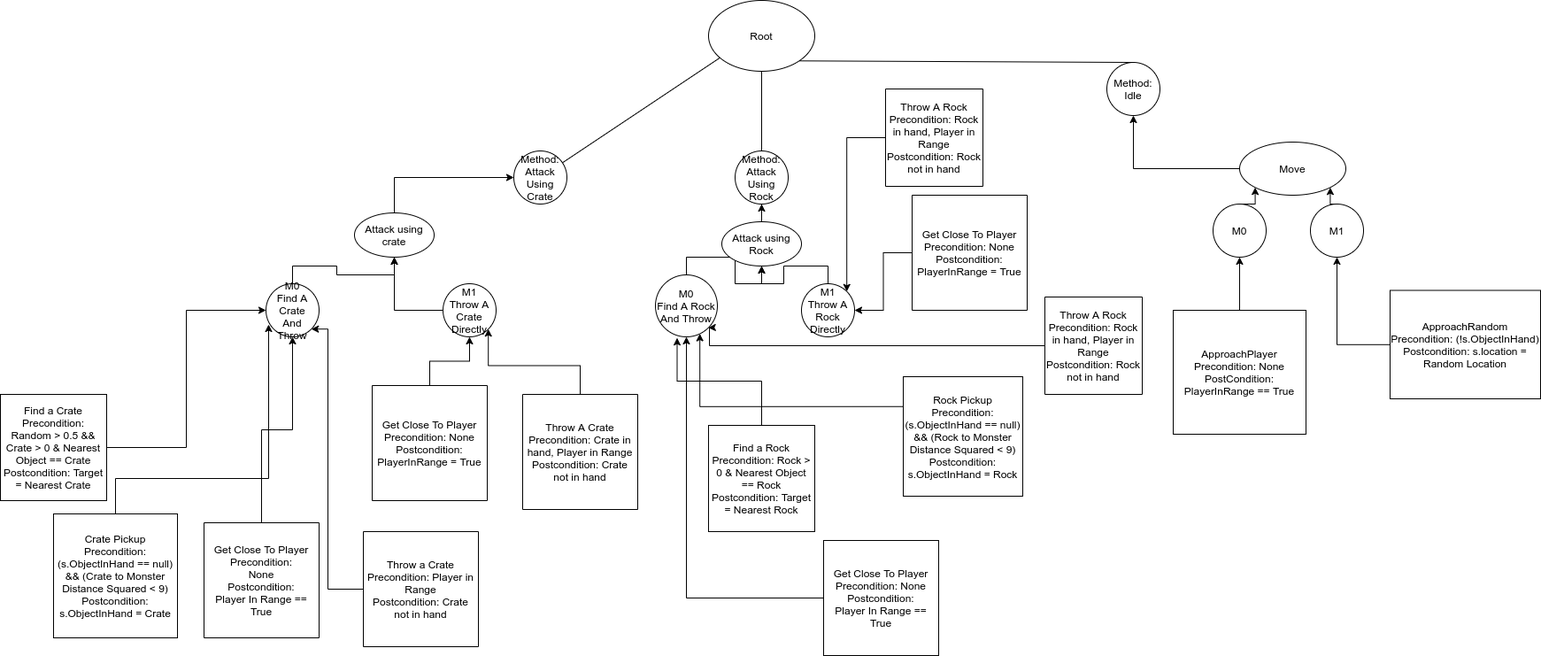
The draw.io diagram diagram.png in Mike-Gao/htn-planning, before a commit. Source tidied: cells renumbered, new cells last; positions are measured from the earlier drawing's top-left corner, leaving out a move shared by most shapes.
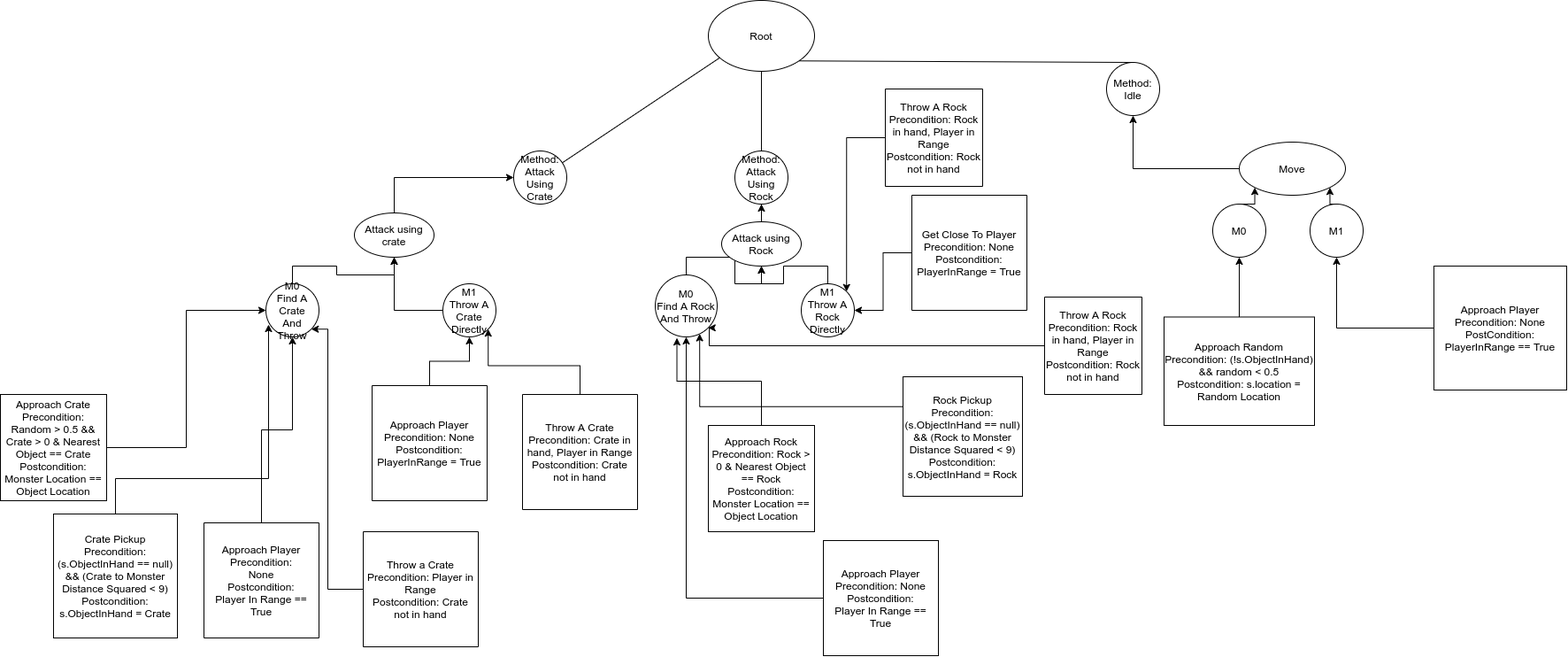
Above is the later version.

The edit, as a diff of the source:
```diff
@@ -19,7 +19,7 @@
     <mxCell id="6" style="edgeStyle=orthogonalEdgeStyle;rounded=0;jettySize=auto;html=1;entryX=0.5;entryY=1;entryDx=0;entryDy=0;" parent="1" edge="1" source="7" target="19">
       <mxGeometry relative="1" as="geometry" />
     </mxCell>
-    <mxCell id="7" value="Get Close To Player&lt;br&gt;Precondition:&lt;br&gt;None&lt;br&gt;Postcondition:&lt;br&gt;Player In Range == True" style="whiteSpace=wrap;html=1;direction=south;" parent="1" vertex="1">
+    <mxCell id="7" value="Approach Player&lt;br&gt;Precondition:&lt;br&gt;None&lt;br&gt;Postcondition:&lt;br&gt;Player In Range == True" style="whiteSpace=wrap;html=1;direction=south;" parent="1" vertex="1">
       <mxGeometry x="230" y="590" width="130" height="130" as="geometry" />
     </mxCell>
     <mxCell id="8" value="Method:&lt;br&gt;Attack Using&lt;br&gt;Rock" style="ellipse;whiteSpace=wrap;html=1;" parent="1" vertex="1">
@@ -34,7 +34,7 @@
     <mxCell id="11" style="edgeStyle=orthogonalEdgeStyle;rounded=0;jettySize=auto;html=1;entryX=0.5;entryY=1;entryDx=0;entryDy=0;" parent="1" edge="1" source="12" target="27">
       <mxGeometry relative="1" as="geometry" />
     </mxCell>
-    <mxCell id="12" value="Get Close To Player&lt;br&gt;Precondition: None&lt;br&gt;Postcondition:&lt;br&gt;Player In Range == True" style="whiteSpace=wrap;html=1;" parent="1" vertex="1">
+    <mxCell id="12" value="Approach Player&lt;br&gt;Precondition: None&lt;br&gt;Postcondition:&lt;br&gt;Player In Range == True" style="whiteSpace=wrap;html=1;" parent="1" vertex="1">
       <mxGeometry x="930" y="610" width="130" height="130" as="geometry" />
     </mxCell>
     <mxCell id="13" style="endArrow=none;html=1;entryX=0.5;entryY=1;entryDx=0;entryDy=0;" parent="1" edge="1" target="8">
@@ -80,7 +80,7 @@
     <mxCell id="24" style="edgeStyle=orthogonalEdgeStyle;rounded=0;jettySize=auto;html=1;entryX=0;entryY=0.5;entryDx=0;entryDy=0;" parent="1" edge="1" source="25" target="19">
       <mxGeometry relative="1" as="geometry" />
     </mxCell>
-    <mxCell id="25" value="Find a Crate&lt;br&gt;Precondition: Random &amp;gt; 0.5 &amp;amp;&amp;amp; Crate &amp;gt; 0 &amp;amp; Nearest Object == Crate&lt;br&gt;Postcondition: Target = Nearest Crate" style="whiteSpace=wrap;html=1;" parent="1" vertex="1">
+    <mxCell id="25" value="Approach Crate&lt;br&gt;Precondition: Random &amp;gt; 0.5 &amp;amp;&amp;amp; Crate &amp;gt; 0 &amp;amp; Nearest Object == Crate&lt;br&gt;Postcondition: Monster Location == Object Location" style="whiteSpace=wrap;html=1;" parent="1" vertex="1">
       <mxGeometry y="445" width="120" height="120" as="geometry" />
     </mxCell>
     <mxCell id="26" style="edgeStyle=orthogonalEdgeStyle;rounded=0;jettySize=auto;html=1;exitX=0.5;exitY=0;exitDx=0;exitDy=0;entryX=0.5;entryY=1;entryDx=0;entryDy=0;" parent="1" edge="1" source="27" target="31">
@@ -121,7 +121,7 @@
     <mxCell id="36" style="edgeStyle=orthogonalEdgeStyle;rounded=0;jettySize=auto;html=1;exitX=0.5;exitY=0;exitDx=0;exitDy=0;entryX=0.35;entryY=1.017;entryDx=0;entryDy=0;entryPerimeter=0;" parent="1" edge="1" source="37" target="27">
       <mxGeometry relative="1" as="geometry" />
     </mxCell>
-    <mxCell id="37" value="Find a Rock&lt;br&gt;Precondition: Rock &amp;gt; 0 &amp;amp; Nearest Object == Rock&lt;br&gt;Postcondition: Target = Nearest Rock" style="whiteSpace=wrap;html=1;" parent="1" vertex="1">
+    <mxCell id="37" value="Approach Rock&lt;br&gt;Precondition: Rock &amp;gt; 0 &amp;amp; Nearest Object == Rock&lt;br&gt;Postcondition: Monster Location == Object Location" style="whiteSpace=wrap;html=1;" parent="1" vertex="1">
       <mxGeometry x="800" y="480" width="120" height="120" as="geometry" />
     </mxCell>
     <mxCell id="38" style="edgeStyle=orthogonalEdgeStyle;rounded=0;jettySize=auto;html=1;entryX=1;entryY=1;entryDx=0;entryDy=0;" parent="1" edge="1" source="39" target="27">
@@ -158,22 +158,22 @@
     <mxCell id="47" value="M1" style="ellipse;whiteSpace=wrap;html=1;" parent="1" vertex="1">
       <mxGeometry x="1480" y="230" width="60" height="60" as="geometry" />
     </mxCell>
-    <mxCell id="48" style="edgeStyle=orthogonalEdgeStyle;rounded=0;jettySize=auto;html=1;entryX=0.5;entryY=1;entryDx=0;entryDy=0;" parent="1" edge="1" source="49" target="45">
+    <mxCell id="48" style="edgeStyle=orthogonalEdgeStyle;rounded=0;jettySize=auto;html=1;" parent="1" edge="1" source="49" target="47">
       <mxGeometry relative="1" as="geometry" />
     </mxCell>
-    <mxCell id="49" value="ApproachPlayer&lt;br&gt;Precondition: None&lt;br&gt;PostCondition: PlayerInRange == True" style="rounded=0;whiteSpace=wrap;html=1;" parent="1" vertex="1">
-      <mxGeometry x="1325" y="350" width="150" height="140" as="geometry" />
+    <mxCell id="49" value="Approach Player&lt;br&gt;Precondition: None&lt;br&gt;PostCondition: PlayerInRange == True" style="rounded=0;whiteSpace=wrap;html=1;" parent="1" vertex="1">
+      <mxGeometry x="1620" y="300" width="150" height="140" as="geometry" />
     </mxCell>
-    <mxCell id="50" style="edgeStyle=orthogonalEdgeStyle;rounded=0;jettySize=auto;html=1;entryX=0.5;entryY=1;entryDx=0;entryDy=0;" parent="1" edge="1" source="51" target="47">
+    <mxCell id="50" style="edgeStyle=orthogonalEdgeStyle;rounded=0;jettySize=auto;html=1;entryX=0.5;entryY=1;entryDx=0;entryDy=0;" parent="1" edge="1" source="51" target="45">
       <mxGeometry relative="1" as="geometry" />
     </mxCell>
-    <mxCell id="51" value="ApproachRandom&lt;br&gt;Precondition: (!s.ObjectInHand)&lt;br&gt;Postcondition: s.location = Random Location" style="rounded=0;whiteSpace=wrap;html=1;" parent="1" vertex="1">
-      <mxGeometry x="1570" y="327.5" width="170" height="122.5" as="geometry" />
+    <mxCell id="51" value="Approach Random&lt;br&gt;Precondition: (!s.ObjectInHand) &amp;amp;&amp;amp; random &amp;lt; 0.5&lt;br&gt;Postcondition: s.location = Random Location" style="rounded=0;whiteSpace=wrap;html=1;" parent="1" vertex="1">
+      <mxGeometry x="1315" y="357.5" width="170" height="122.5" as="geometry" />
     </mxCell>
     <mxCell id="52" style="edgeStyle=orthogonalEdgeStyle;rounded=0;jettySize=auto;html=1;entryX=0.5;entryY=1;entryDx=0;entryDy=0;" parent="1" edge="1" source="53" target="21">
       <mxGeometry relative="1" as="geometry" />
     </mxCell>
-    <mxCell id="53" value="Get Close To Player&lt;br&gt;Precondition: None&lt;br&gt;Postcondition: PlayerInRange = True" style="whiteSpace=wrap;html=1;direction=south;" parent="1" vertex="1">
+    <mxCell id="53" value="Approach Player&lt;br&gt;Precondition: None&lt;br&gt;Postcondition: PlayerInRange = True" style="whiteSpace=wrap;html=1;direction=south;" parent="1" vertex="1">
       <mxGeometry x="420" y="435" width="130" height="130" as="geometry" />
     </mxCell>
     <mxCell id="54" style="edgeStyle=orthogonalEdgeStyle;rounded=0;jettySize=auto;html=1;" parent="1" edge="1" source="55" target="29">
```
